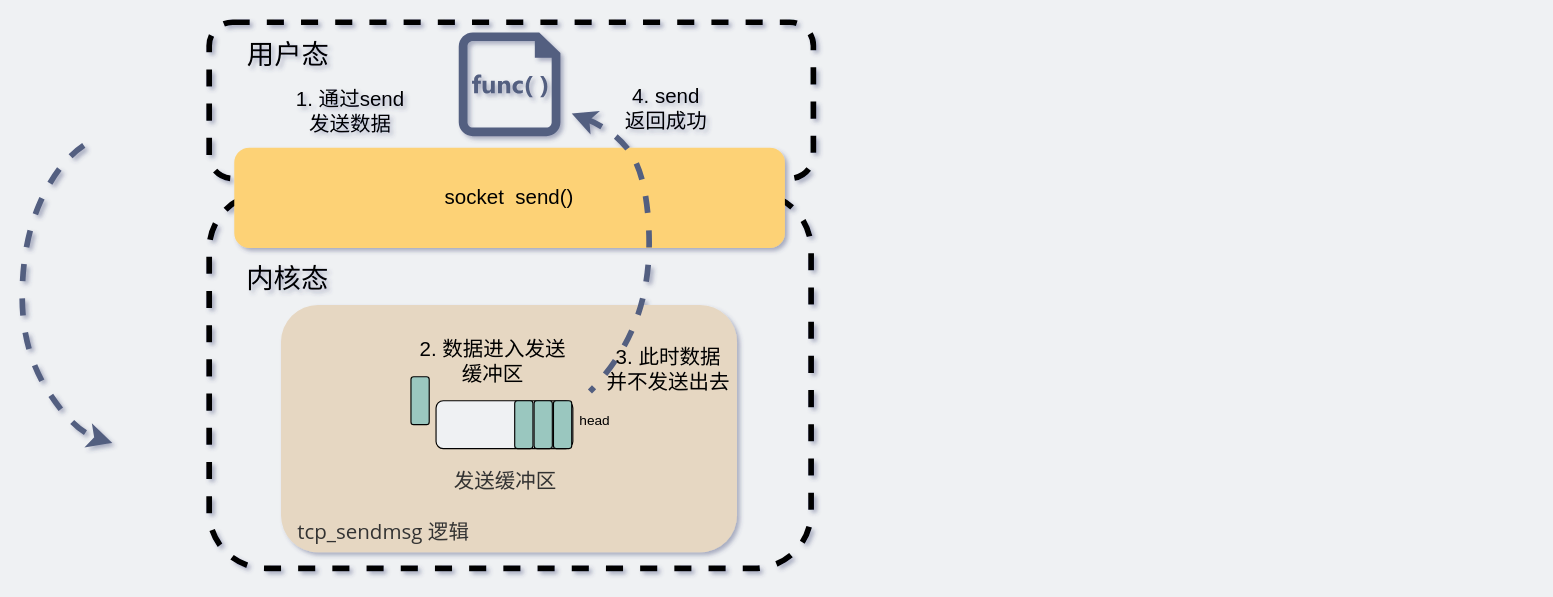
Earlier version of the draw.io diagram network/send阻塞.drawio (xiaobaiTech/image). Source tidied: cells renumbered, new cells numbered last; positions are measured from the earlier drawing's top-left corner, leaving out a move shared by most shapes. Both pictures are drawn from the tidied source at 114%, with x=0, y=0 at pixel (22, 22).
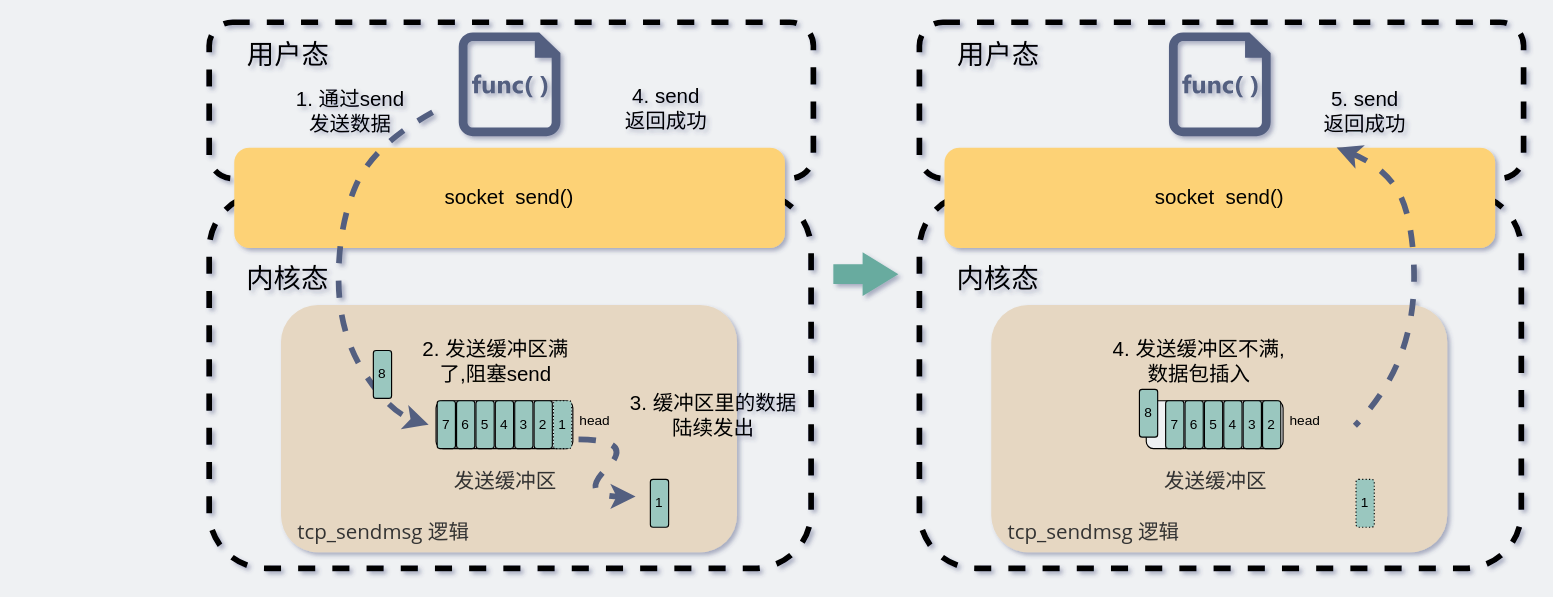
Above is the later version.

Unchanged cells that the change refers to:
```xml
<mxCell id="18" value="&lt;font style=&quot;font-size: 18px&quot;&gt;1. 通过send &lt;br&gt;发送数据&lt;/font&gt;" style="text;html=1;strokeColor=none;fillColor=none;align=center;verticalAlign=middle;whiteSpace=wrap;rounded=0;" parent="1" vertex="1">
  <mxGeometry x="216" y="55" width="144" height="48" as="geometry" />
</mxCell>
```

What changed in the source:
```diff
@@
+    <mxCell id="23" style="rounded=1;whiteSpace=wrap;html=1;dashed=1;strokeWidth=5;fillColor=none;" parent="1" vertex="1">
+      <mxGeometry x="787" width="530" height="137" as="geometry" />
+    </mxCell>
@@
-    <mxCell id="10" style="curved=1;endArrow=none;html=1;strokeColor=#535E80;strokeWidth=5;dashed=1;startArrow=classic;startFill=1;endFill=0;" parent="1" edge="1">
-      <mxGeometry relative="1" as="geometry">
-        <mxPoint x="482" y="80" as="sourcePoint" />
-        <mxPoint x="498" y="324" as="targetPoint" />
-        <Array as="points">
-          <mxPoint x="520" y="95" />
-          <mxPoint x="547" y="134" />
-          <mxPoint x="552" y="223" />
-          <mxPoint x="527" y="294" />
-        </Array>
-      </mxGeometry>
-    </mxCell>
@@
-    <mxCell id="12" style="rounded=1;whiteSpace=wrap;html=1;fillColor=#9AC7BF;" parent="1" vertex="1">
+    <mxCell id="12" value="1" style="rounded=1;whiteSpace=wrap;html=1;fillColor=#9AC7BF;dashed=1;strokeWidth=1;dashPattern=1 2;" parent="1" vertex="1">
       <mxGeometry x="466" y="332" width="16" height="42" as="geometry" />
     </mxCell>
@@
-    <mxCell id="14" style="rounded=1;whiteSpace=wrap;html=1;fillColor=#9AC7BF;" parent="1" vertex="1">
+    <mxCell id="14" value="2" style="rounded=1;whiteSpace=wrap;html=1;fillColor=#9AC7BF;" parent="1" vertex="1">
       <mxGeometry x="449" y="332" width="16" height="42" as="geometry" />
     </mxCell>
-    <mxCell id="15" style="rounded=1;whiteSpace=wrap;html=1;fillColor=#9AC7BF;" parent="1" vertex="1">
+    <mxCell id="15" value="3" style="rounded=1;whiteSpace=wrap;html=1;fillColor=#9AC7BF;" parent="1" vertex="1">
       <mxGeometry x="432" y="332" width="16" height="42" as="geometry" />
     </mxCell>
-    <mxCell id="16" style="rounded=1;whiteSpace=wrap;html=1;fillColor=#9AC7BF;" parent="1" vertex="1">
-      <mxGeometry x="341" y="311" width="16" height="42" as="geometry" />
+    <mxCell id="16" value="4" style="rounded=1;whiteSpace=wrap;html=1;fillColor=#9AC7BF;" parent="1" vertex="1">
+      <mxGeometry x="415" y="332" width="16" height="42" as="geometry" />
     </mxCell>
-    <mxCell id="17" style="curved=1;endArrow=classic;html=1;strokeColor=#535E80;strokeWidth=5;dashed=1;" parent="1" edge="1">
+    <mxCell id="17" style="curved=1;endArrow=classic;html=1;strokeColor=#535E80;strokeWidth=5;dashed=1;exitX=1;exitY=0.5;exitDx=0;exitDy=0;" parent="1" edge="1" source="18">
       <mxGeometry relative="1" as="geometry">
-        <mxPoint x="54" y="108" as="sourcePoint" />
-        <mxPoint x="79" y="369" as="targetPoint" />
+        <mxPoint x="356.5" y="353" as="targetPoint" />
         <Array as="points">
-          <mxPoint x="31" y="123.5" />
-          <mxPoint y="193.5" />
-          <mxPoint y="288.5" />
-          <mxPoint x="45" y="358.5" />
+          <mxPoint x="308.5" y="107.5" />
+          <mxPoint x="277.5" y="177.5" />
+          <mxPoint x="277.5" y="272.5" />
+          <mxPoint x="322.5" y="342.5" />
         </Array>
       </mxGeometry>
     </mxCell>
@@
-    <mxCell id="19" value="&lt;font style=&quot;font-size: 18px&quot;&gt;2. 数据进入发送缓冲区&lt;/font&gt;" style="text;html=1;strokeColor=none;fillColor=none;align=center;verticalAlign=middle;whiteSpace=wrap;rounded=0;" parent="1" vertex="1">
-      <mxGeometry x="341" y="274" width="144" height="48" as="geometry" />
+    <mxCell id="19" value="&lt;font style=&quot;font-size: 18px&quot;&gt;2. 发送缓冲区满了,阻塞send&lt;/font&gt;" style="text;html=1;strokeColor=none;fillColor=none;align=center;verticalAlign=middle;whiteSpace=wrap;rounded=0;" parent="1" vertex="1">
+      <mxGeometry x="341" y="274" width="149" height="48" as="geometry" />
     </mxCell>
@@
-    <mxCell id="21" value="&lt;font style=&quot;font-size: 18px&quot;&gt;4. send&lt;br&gt;返回成功&lt;/font&gt;" style="text;html=1;strokeColor=none;fillColor=none;align=center;verticalAlign=middle;whiteSpace=wrap;rounded=0;" parent="1" vertex="1">
-      <mxGeometry x="493" y="52" width="144" height="48" as="geometry" />
+    <mxCell id="21" value="&lt;font style=&quot;font-size: 18px&quot;&gt;5. send&lt;br&gt;返回成功&lt;/font&gt;" style="text;html=1;strokeColor=none;fillColor=none;align=center;verticalAlign=middle;whiteSpace=wrap;rounded=0;" parent="1" vertex="1">
+      <mxGeometry x="1106" y="55" width="144" height="48" as="geometry" />
     </mxCell>
-    <mxCell id="22" value="&lt;font style=&quot;font-size: 18px&quot;&gt;3. 此时数据&lt;br&gt;并不发送出去&lt;/font&gt;" style="text;html=1;strokeColor=none;fillColor=none;align=center;verticalAlign=middle;whiteSpace=wrap;rounded=0;" parent="1" vertex="1">
-      <mxGeometry x="495" y="281" width="144" height="48" as="geometry" />
-    </mxCell>
+    <mxCell id="24" value="8" style="rounded=1;whiteSpace=wrap;html=1;fillColor=#9AC7BF;" parent="1" vertex="1">
+      <mxGeometry x="308" y="288" width="16" height="42" as="geometry" />
+    </mxCell>
+    <mxCell id="25" value="5" style="rounded=1;whiteSpace=wrap;html=1;fillColor=#9AC7BF;" parent="1" vertex="1">
+      <mxGeometry x="398" y="332" width="16" height="42" as="geometry" />
+    </mxCell>
+    <mxCell id="26" value="6" style="rounded=1;whiteSpace=wrap;html=1;fillColor=#9AC7BF;" parent="1" vertex="1">
+      <mxGeometry x="381" y="332" width="16" height="42" as="geometry" />
+    </mxCell>
+    <mxCell id="27" value="7" style="rounded=1;whiteSpace=wrap;html=1;fillColor=#9AC7BF;" parent="1" vertex="1">
+      <mxGeometry x="364" y="332" width="16" height="42" as="geometry" />
+    </mxCell>
+    <mxCell id="28" style="curved=1;endArrow=classic;html=1;rounded=0;strokeWidth=5;strokeColor=#535E80;dashed=1;" parent="1" edge="1">
+      <mxGeometry relative="1" as="geometry">
+        <mxPoint x="488" y="366" as="sourcePoint" />
+        <mxPoint x="538" y="416" as="targetPoint" />
+        <Array as="points">
+          <mxPoint x="538" y="366" />
+          <mxPoint x="488" y="416" />
+        </Array>
+      </mxGeometry>
+    </mxCell>
+    <mxCell id="29" value="1" style="rounded=1;whiteSpace=wrap;html=1;fillColor=#9AC7BF;" parent="1" vertex="1">
+      <mxGeometry x="551" y="401" width="16" height="42" as="geometry" />
+    </mxCell>
+    <mxCell id="30" value="&lt;font style=&quot;font-size: 18px&quot;&gt;3. 缓冲区里的数据陆续发出&lt;/font&gt;" style="text;html=1;strokeColor=none;fillColor=none;align=center;verticalAlign=middle;whiteSpace=wrap;rounded=0;" parent="1" vertex="1">
+      <mxGeometry x="532" y="322" width="149" height="48" as="geometry" />
+    </mxCell>
+    <mxCell id="31" style="rounded=1;whiteSpace=wrap;html=1;dashed=1;strokeWidth=5;fillColor=none;" parent="1" vertex="1">
+      <mxGeometry x="787" y="150" width="528" height="329" as="geometry" />
+    </mxCell>
+    <mxCell id="32" style="rounded=1;whiteSpace=wrap;html=1;strokeColor=none;fontSize=18;labelBackgroundColor=none;fillColor=#E6D7C2;" parent="1" vertex="1">
+      <mxGeometry x="850" y="248" width="400" height="217" as="geometry" />
+    </mxCell>
+    <mxCell id="33" style="rounded=1;whiteSpace=wrap;html=1;fillColor=#EFF1F3;" parent="1" vertex="1">
+      <mxGeometry x="986" y="332" width="120" height="42" as="geometry" />
+    </mxCell>
+    <mxCell id="34" value="&lt;font style=&quot;font-size: 18px&quot;&gt;socket&amp;nbsp; send()&lt;/font&gt;" style="rounded=1;whiteSpace=wrap;html=1;strokeColor=none;labelBackgroundColor=none;fillColor=#FDD276;" parent="1" vertex="1">
+      <mxGeometry x="809" y="110" width="483" height="88" as="geometry" />
+    </mxCell>
+    <mxCell id="35" value="&lt;font style=&quot;font-size: 24px&quot;&gt;用户态&lt;/font&gt;" style="text;html=1;strokeColor=none;fillColor=none;align=center;verticalAlign=middle;whiteSpace=wrap;rounded=0;dashed=1;" parent="1" vertex="1">
+      <mxGeometry x="790" y="19" width="132.5" height="20" as="geometry" />
+    </mxCell>
+    <mxCell id="36" value="&lt;font style=&quot;font-size: 24px&quot;&gt;内核态&lt;/font&gt;" style="text;html=1;strokeColor=none;align=center;verticalAlign=middle;whiteSpace=wrap;rounded=0;dashed=1;labelBackgroundColor=none;" parent="1" vertex="1">
+      <mxGeometry x="805.2" y="216" width="102" height="20" as="geometry" />
+    </mxCell>
+    <mxCell id="37" style="shadow=0;dashed=0;html=1;strokeColor=none;labelPosition=center;verticalLabelPosition=bottom;verticalAlign=top;align=center;shape=mxgraph.mscae.enterprise.code_file;fillColor=#535E80;" parent="1" vertex="1">
+      <mxGeometry x="1005.9" y="9" width="89.2" height="91" as="geometry" />
+    </mxCell>
+    <mxCell id="38" value="&lt;font color=&quot;#333333&quot; face=&quot;open sans, clear sans, helvetica neue, helvetica, arial, sans-serif&quot;&gt;&lt;span style=&quot;font-size: 18px&quot;&gt;tcp_sendmsg 逻辑&lt;/span&gt;&lt;/font&gt;" style="text;html=1;strokeColor=none;fillColor=none;align=center;verticalAlign=middle;whiteSpace=wrap;rounded=0;" parent="1" vertex="1">
+      <mxGeometry x="862" y="423" width="156" height="48" as="geometry" />
+    </mxCell>
+    <mxCell id="39" value="1" style="rounded=1;whiteSpace=wrap;html=1;fillColor=#9AC7BF;dashed=1;strokeWidth=1;dashPattern=1 2;" parent="1" vertex="1">
+      <mxGeometry x="1170" y="401" width="16" height="42" as="geometry" />
+    </mxCell>
+    <mxCell id="40" value="&lt;font color=&quot;#333333&quot; face=&quot;open sans, clear sans, helvetica neue, helvetica, arial, sans-serif&quot;&gt;&lt;span style=&quot;font-size: 18px&quot;&gt;发送缓冲区&lt;/span&gt;&lt;/font&gt;" style="text;html=1;strokeColor=none;fillColor=none;align=center;verticalAlign=middle;whiteSpace=wrap;rounded=0;" parent="1" vertex="1">
+      <mxGeometry x="992" y="380" width="110" height="43" as="geometry" />
+    </mxCell>
+    <mxCell id="41" value="2" style="rounded=1;whiteSpace=wrap;html=1;fillColor=#9AC7BF;" parent="1" vertex="1">
+      <mxGeometry x="1088" y="332" width="16" height="42" as="geometry" />
+    </mxCell>
+    <mxCell id="42" value="3" style="rounded=1;whiteSpace=wrap;html=1;fillColor=#9AC7BF;" parent="1" vertex="1">
+      <mxGeometry x="1071" y="332" width="16" height="42" as="geometry" />
+    </mxCell>
+    <mxCell id="43" value="4" style="rounded=1;whiteSpace=wrap;html=1;fillColor=#9AC7BF;" parent="1" vertex="1">
+      <mxGeometry x="1054" y="332" width="16" height="42" as="geometry" />
+    </mxCell>
+    <mxCell id="44" value="&lt;font style=&quot;font-size: 18px&quot;&gt;4. 发送缓冲区不满,数据包插入&lt;/font&gt;" style="text;html=1;strokeColor=none;fillColor=none;align=center;verticalAlign=middle;whiteSpace=wrap;rounded=0;" parent="1" vertex="1">
+      <mxGeometry x="952" y="274" width="161" height="48" as="geometry" />
+    </mxCell>
+    <mxCell id="45" value="head" style="text;html=1;strokeColor=none;fillColor=none;align=center;verticalAlign=middle;whiteSpace=wrap;rounded=0;" parent="1" vertex="1">
+      <mxGeometry x="1108" y="340" width="35" height="20" as="geometry" />
+    </mxCell>
+    <mxCell id="46" value="8" style="rounded=1;whiteSpace=wrap;html=1;fillColor=#9AC7BF;" parent="1" vertex="1">
+      <mxGeometry x="980" y="322" width="16" height="42" as="geometry" />
+    </mxCell>
+    <mxCell id="47" value="5" style="rounded=1;whiteSpace=wrap;html=1;fillColor=#9AC7BF;" parent="1" vertex="1">
+      <mxGeometry x="1037" y="332" width="16" height="42" as="geometry" />
+    </mxCell>
+    <mxCell id="48" value="6" style="rounded=1;whiteSpace=wrap;html=1;fillColor=#9AC7BF;" parent="1" vertex="1">
+      <mxGeometry x="1020" y="332" width="16" height="42" as="geometry" />
+    </mxCell>
+    <mxCell id="49" value="7" style="rounded=1;whiteSpace=wrap;html=1;fillColor=#9AC7BF;" parent="1" vertex="1">
+      <mxGeometry x="1003" y="332" width="16" height="42" as="geometry" />
+    </mxCell>
+    <mxCell id="50" style="shape=flexArrow;endArrow=classic;html=1;rounded=0;strokeColor=none;fillColor=#67AB9F;width=17.297297297297295;endSize=10.108108108108107;" parent="1" edge="1">
+      <mxGeometry relative="1" as="geometry">
+        <mxPoint x="711" y="221" as="sourcePoint" />
+        <mxPoint x="769" y="221" as="targetPoint" />
+      </mxGeometry>
+    </mxCell>
+    <mxCell id="51" value="&lt;font style=&quot;font-size: 18px&quot;&gt;4. send&lt;br&gt;返回成功&lt;/font&gt;" style="text;html=1;strokeColor=none;fillColor=none;align=center;verticalAlign=middle;whiteSpace=wrap;rounded=0;" parent="1" vertex="1">
+      <mxGeometry x="493" y="52" width="144" height="48" as="geometry" />
+    </mxCell>
+    <mxCell id="52" style="curved=1;endArrow=none;html=1;strokeColor=#535E80;strokeWidth=5;dashed=1;startArrow=classic;startFill=1;endFill=0;" parent="1" edge="1">
+      <mxGeometry relative="1" as="geometry">
+        <mxPoint x="1153" y="110" as="sourcePoint" />
+        <mxPoint x="1169" y="354" as="targetPoint" />
+        <Array as="points">
+          <mxPoint x="1191" y="125" />
+          <mxPoint x="1218" y="164" />
+          <mxPoint x="1223" y="253" />
+          <mxPoint x="1198" y="324" />
+        </Array>
+      </mxGeometry>
+    </mxCell>
```
